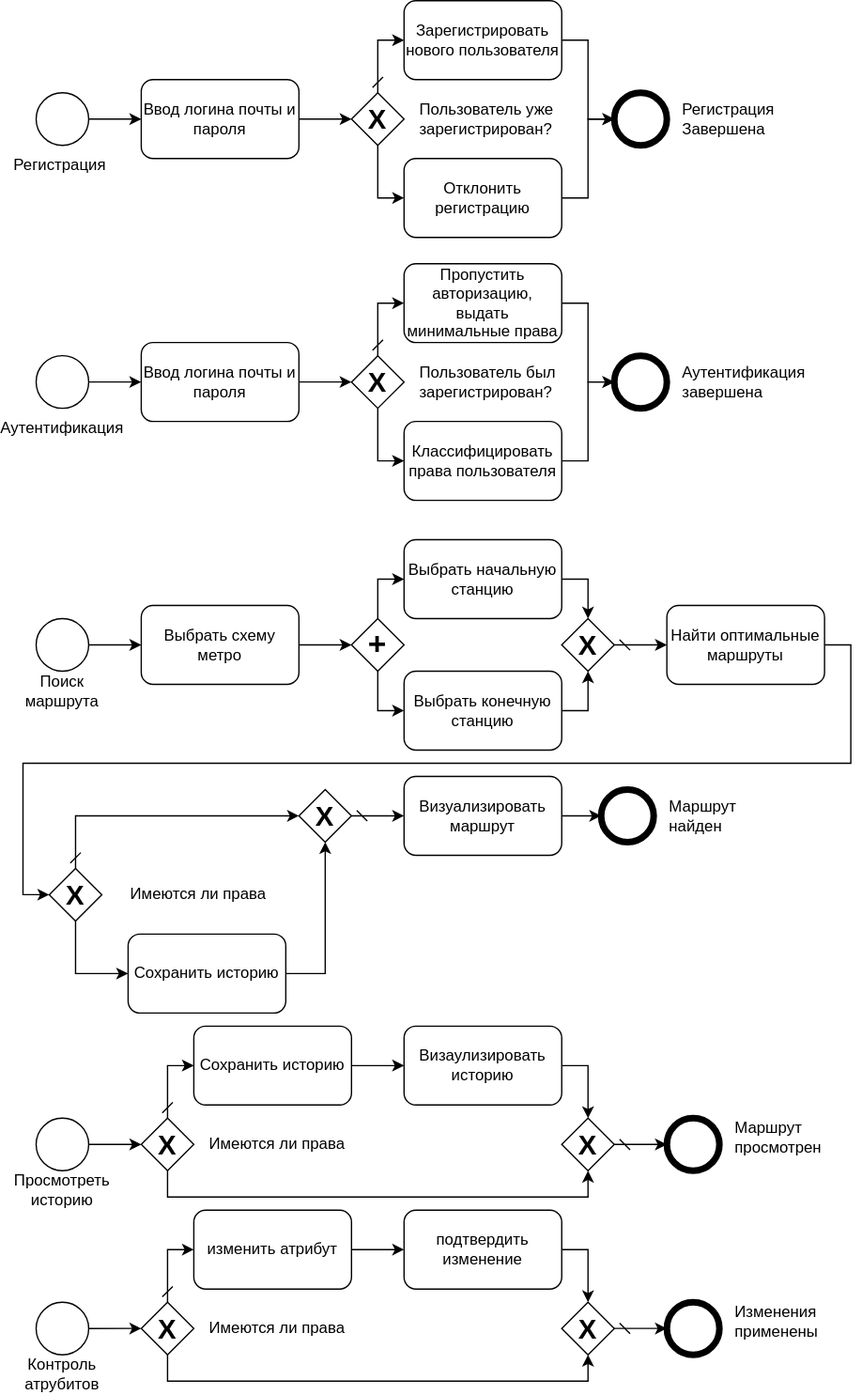
This is images/charts/BPMN.svg from Mihyich/PPO, a draw.io export, as it was before one commit. Source tidied: cells renumbered, new cells last; positions are measured from the earlier drawing's top-left corner, leaving out a move shared by most shapes.
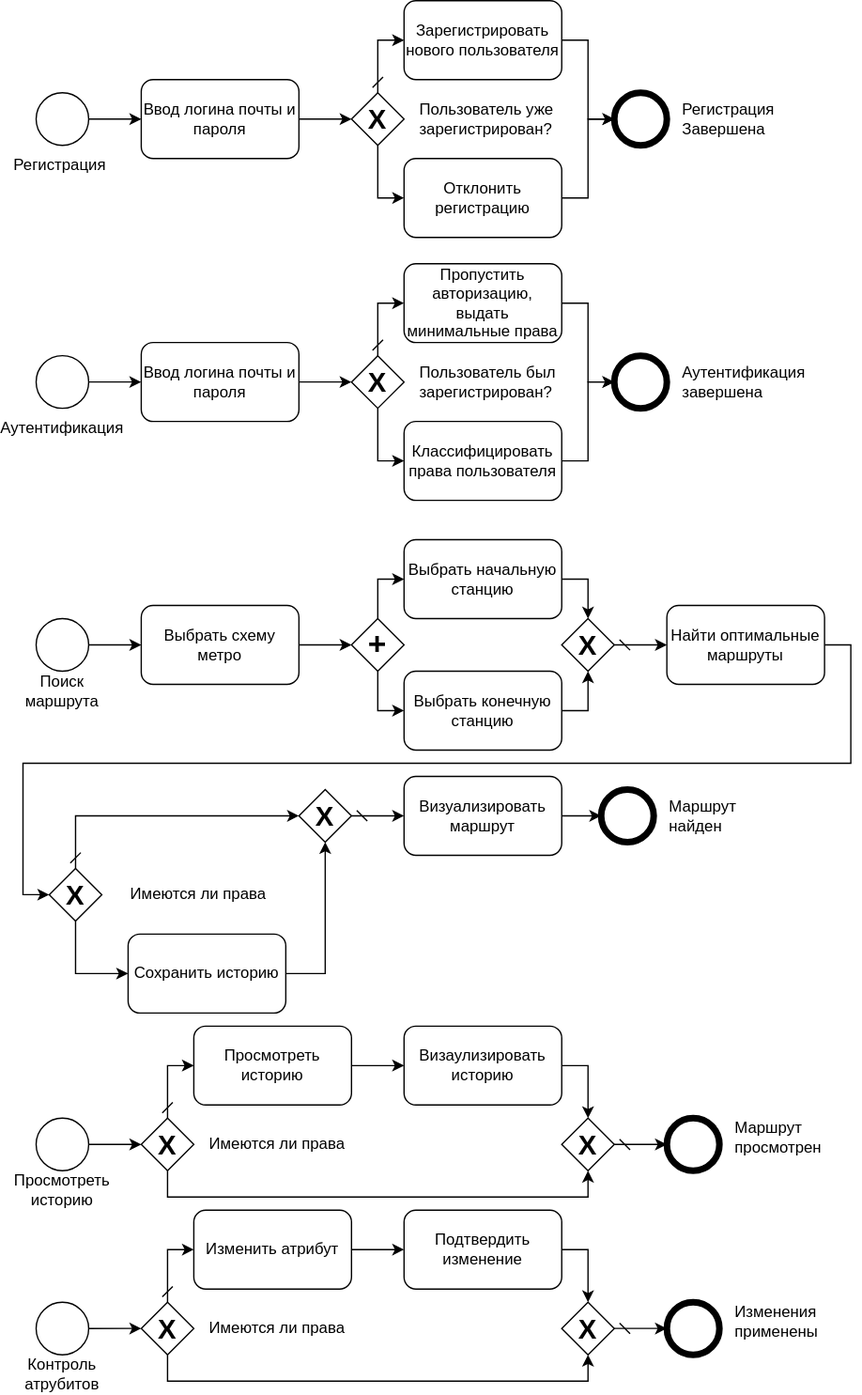
Later version of the same file.

Commit message:
Обновлено svg представление даиграммы BPMN

Change to the diagram source:
```diff
@@ -209,7 +209,7 @@
     <mxCell id="66" style="edgeStyle=none;html=1;exitX=1;exitY=0.5;exitDx=0;exitDy=0;entryX=0;entryY=0.5;entryDx=0;entryDy=0;" parent="1" edge="1" source="67" target="70">
       <mxGeometry relative="1" as="geometry" />
     </mxCell>
-    <mxCell id="67" value="Сохранить историю" style="rounded=1;whiteSpace=wrap;html=1;" parent="1" vertex="1">
+    <mxCell id="67" value="Просмотреть историю" style="rounded=1;whiteSpace=wrap;html=1;" parent="1" vertex="1">
       <mxGeometry x="130" y="780" width="120" height="60" as="geometry" />
     </mxCell>
     <mxCell id="68" value="Имеются ли права" style="text;html=1;align=left;verticalAlign=middle;whiteSpace=wrap;rounded=0;" parent="1" vertex="1">
@@ -259,7 +259,7 @@
     <mxCell id="81" style="edgeStyle=none;html=1;exitX=1;exitY=0.5;exitDx=0;exitDy=0;entryX=0;entryY=0.5;entryDx=0;entryDy=0;" parent="1" edge="1" source="82" target="85">
       <mxGeometry relative="1" as="geometry" />
     </mxCell>
-    <mxCell id="82" value="изменить атрибут" style="rounded=1;whiteSpace=wrap;html=1;" parent="1" vertex="1">
+    <mxCell id="82" value="Изменить атрибут" style="rounded=1;whiteSpace=wrap;html=1;" parent="1" vertex="1">
       <mxGeometry x="130" y="920" width="120" height="60" as="geometry" />
     </mxCell>
     <mxCell id="83" value="Имеются ли права" style="text;html=1;align=left;verticalAlign=middle;whiteSpace=wrap;rounded=0;" parent="1" vertex="1">
@@ -268,7 +268,7 @@
     <mxCell id="84" style="edgeStyle=orthogonalEdgeStyle;html=1;exitX=1;exitY=0.5;exitDx=0;exitDy=0;entryX=0.5;entryY=0;entryDx=0;entryDy=0;rounded=0;curved=0;" parent="1" edge="1" source="85" target="87">
       <mxGeometry relative="1" as="geometry" />
     </mxCell>
-    <mxCell id="85" value="подтвердить изменение" style="rounded=1;whiteSpace=wrap;html=1;" parent="1" vertex="1">
+    <mxCell id="85" value="Подтвердить изменение" style="rounded=1;whiteSpace=wrap;html=1;" parent="1" vertex="1">
       <mxGeometry x="290" y="920" width="120" height="60" as="geometry" />
     </mxCell>
     <mxCell id="86" style="edgeStyle=none;html=1;exitX=1;exitY=0.5;exitDx=0;exitDy=0;entryX=0;entryY=0.5;entryDx=0;entryDy=0;startArrow=dash;startFill=0;" parent="1" edge="1" source="87" target="88">
```
